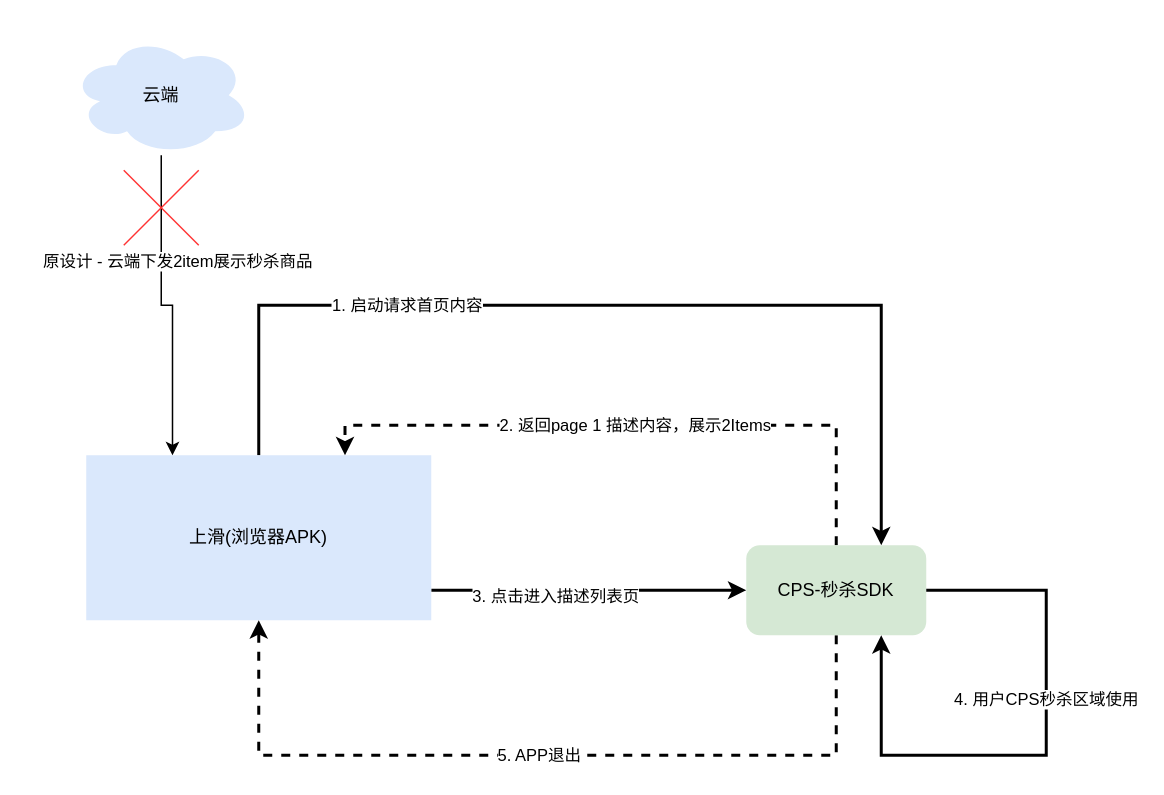
Above: page "CPS秒杀SDK" (1 of 16) of universal-engine/CPS.drawio in karlchan-cn/drawio-repository (draw.io), before the change. Source tidied: cells renumbered, new cells numbered last; positions are measured from the earlier drawing's top-left corner, leaving out a move shared by most shapes. Both pictures are drawn from the tidied source at 150%, with x=0, y=0 at pixel (70, 34).
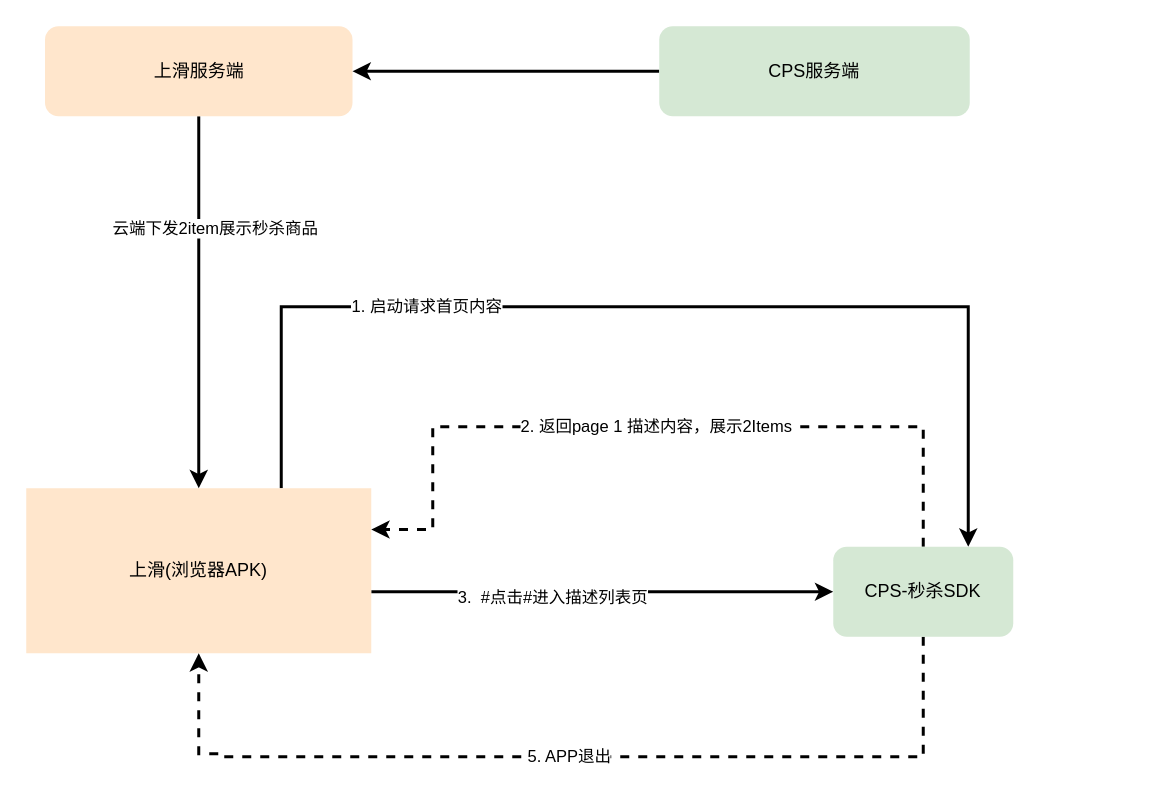
The same page after the edit.

What changed in the source:
```diff
@@
     <mxCell id="2" value="1. 启动请求首页内容" style="edgeStyle=orthogonalEdgeStyle;rounded=0;jettySize=auto;html=1;entryX=0.75;entryY=0;entryDx=0;entryDy=0;strokeWidth=2;" parent="1" edge="1" source="5" target="8">
       <mxGeometry x="-0.41" relative="1" as="geometry">
         <Array as="points">
-          <mxPoint x="125" y="180" />
-          <mxPoint x="540" y="180" />
+          <mxPoint x="140" y="181" />
+          <mxPoint x="598" y="181" />
         </Array>
       </mxGeometry>
     </mxCell>
     <mxCell id="3" style="edgeStyle=orthogonalEdgeStyle;rounded=0;jettySize=auto;html=1;entryX=0;entryY=0.5;entryDx=0;entryDy=0;strokeWidth=2;" parent="1" edge="1" source="5" target="8">
       <mxGeometry relative="1" as="geometry">
         <Array as="points">
-          <mxPoint x="290" y="370" />
-          <mxPoint x="290" y="370" />
+          <mxPoint x="348" y="371" />
+          <mxPoint x="348" y="371" />
         </Array>
       </mxGeometry>
     </mxCell>
-    <mxCell id="4" value="3. 点击进入描述列表页" style="edgeLabel;html=1;align=center;verticalAlign=middle;" parent="3" vertex="1">
+    <mxCell id="4" value="3.&amp;nbsp; #点击#进入描述列表页" style="edgeLabel;html=1;align=center;verticalAlign=middle;" parent="3" vertex="1">
       <mxGeometry x="-0.22" y="-3" relative="1" as="geometry" />
     </mxCell>
-    <mxCell id="5" value="上滑(浏览器APK)" style="rounded=0;whiteSpace=wrap;html=1;fillColor=#dae8fc;strokeColor=none;" parent="1" vertex="1">
-      <mxGeometry x="10" y="280" width="230" height="110" as="geometry" />
+    <mxCell id="5" value="上滑(浏览器APK)" style="rounded=0;whiteSpace=wrap;html=1;fillColor=#ffe6cc;strokeColor=none;" parent="1" vertex="1">
+      <mxGeometry x="-30" y="302" width="230" height="110" as="geometry" />
     </mxCell>
-    <mxCell id="6" value="2. 返回page 1 描述内容，展示2Items" style="edgeStyle=orthogonalEdgeStyle;rounded=0;jettySize=auto;html=1;entryX=0.75;entryY=0;entryDx=0;entryDy=0;dashed=1;exitX=0.5;exitY=0;exitDx=0;exitDy=0;strokeWidth=2;" parent="1" edge="1" source="8" target="5">
+    <mxCell id="6" value="2. 返回page 1 描述内容，展示2Items" style="edgeStyle=orthogonalEdgeStyle;rounded=0;jettySize=auto;html=1;entryX=1;entryY=0.25;entryDx=0;entryDy=0;dashed=1;exitX=0.5;exitY=0;exitDx=0;exitDy=0;strokeWidth=2;" parent="1" edge="1" source="8" target="5">
       <mxGeometry relative="1" as="geometry">
         <Array as="points">
-          <mxPoint x="510" y="260" />
-          <mxPoint x="183" y="260" />
+          <mxPoint x="568" y="261" />
+          <mxPoint x="241" y="261" />
+          <mxPoint x="241" y="330" />
         </Array>
       </mxGeometry>
     </mxCell>
-    <mxCell id="7" value="5. APP退出" style="edgeStyle=orthogonalEdgeStyle;rounded=0;jettySize=auto;html=1;entryX=0.5;entryY=1;entryDx=0;entryDy=0;strokeWidth=2;dashed=1;" parent="1" edge="1" source="8" target="5">
+    <mxCell id="7" value="5. APP退出" style="edgeStyle=orthogonalEdgeStyle;rounded=0;jettySize=auto;html=1;strokeWidth=2;dashed=1;entryX=0.5;entryY=1;entryDx=0;entryDy=0;" parent="1" edge="1" source="8" target="5">
       <mxGeometry relative="1" as="geometry">
         <Array as="points">
-          <mxPoint x="510" y="480" />
-          <mxPoint x="125" y="480" />
+          <mxPoint x="568" y="481" />
+          <mxPoint x="103" y="481" />
+          <mxPoint x="103" y="479" />
+          <mxPoint x="85" y="479" />
         </Array>
       </mxGeometry>
     </mxCell>
     <mxCell id="8" value="CPS-秒杀SDK" style="rounded=1;whiteSpace=wrap;html=1;fillColor=#d5e8d4;strokeColor=none;" parent="1" vertex="1">
-      <mxGeometry x="450" y="340" width="120" height="60" as="geometry" />
+      <mxGeometry x="508" y="341" width="120" height="60" as="geometry" />
     </mxCell>
-    <mxCell id="9" style="edgeStyle=orthogonalEdgeStyle;rounded=0;jettySize=auto;html=1;strokeWidth=2;" parent="1" edge="1" source="8">
-      <mxGeometry relative="1" as="geometry">
-        <mxPoint x="540" y="400" as="targetPoint" />
-        <Array as="points">
-          <mxPoint x="650" y="370" />
-          <mxPoint x="650" y="480" />
-          <mxPoint x="540" y="480" />
-          <mxPoint x="540" y="400" />
-        </Array>
-      </mxGeometry>
-    </mxCell>
-    <mxCell id="10" value="4. 用户CPS秒杀区域使用" style="edgeLabel;html=1;align=center;verticalAlign=middle;" parent="9" vertex="1">
-      <mxGeometry x="-0.45" y="-1" relative="1" as="geometry">
-        <mxPoint y="47" as="offset" />
-      </mxGeometry>
-    </mxCell>
-    <mxCell id="11" style="edgeStyle=orthogonalEdgeStyle;rounded=0;jettySize=auto;html=1;entryX=0.25;entryY=0;entryDx=0;entryDy=0;" parent="1" edge="1" source="13" target="5">
+    <mxCell id="11" style="edgeStyle=orthogonalEdgeStyle;rounded=0;jettySize=auto;html=1;entryX=0.5;entryY=0;entryDx=0;entryDy=0;exitX=0.5;exitY=1;exitDx=0;exitDy=0;strokeWidth=2;" parent="1" edge="1" source="16" target="5">
       <mxGeometry relative="1" as="geometry" />
     </mxCell>
-    <mxCell id="12" value="原设计 - 云端下发2item展示秒杀商品" style="edgeLabel;html=1;align=center;verticalAlign=middle;" parent="11" vertex="1">
+    <mxCell id="12" value="云端下发2item展示秒杀商品" style="edgeLabel;html=1;align=center;verticalAlign=middle;" parent="11" vertex="1">
       <mxGeometry x="-0.81" y="-2" relative="1" as="geometry">
         <mxPoint x="12" y="50" as="offset" />
       </mxGeometry>
     </mxCell>
-    <mxCell id="13" value="云端" style="ellipse;shape=cloud;whiteSpace=wrap;html=1;fillColor=#dae8fc;strokeColor=none;" parent="1" vertex="1">
-      <mxGeometry width="120" height="80" as="geometry" />
-    </mxCell>
-    <mxCell id="14" style="endArrow=none;html=1;rounded=0;strokeColor=#FF3333;" parent="1" edge="1">
-      <mxGeometry relative="1" as="geometry">
-        <mxPoint x="35" y="140" as="sourcePoint" />
-        <mxPoint x="85" y="90" as="targetPoint" />
-      </mxGeometry>
-    </mxCell>
-    <mxCell id="15" style="endArrow=none;html=1;rounded=0;strokeColor=#FF3333;" parent="1" edge="1">
-      <mxGeometry relative="1" as="geometry">
-        <mxPoint x="35" y="90" as="sourcePoint" />
-        <mxPoint x="85" y="140" as="targetPoint" />
-      </mxGeometry>
-    </mxCell>
+    <mxCell id="16" value="上滑服务端" style="rounded=1;whiteSpace=wrap;html=1;fillColor=#ffe6cc;strokeColor=none;" parent="1" vertex="1">
+      <mxGeometry x="-17.5" y="-6" width="205" height="60" as="geometry" />
+    </mxCell>
+    <mxCell id="17" style="edgeStyle=orthogonalEdgeStyle;rounded=0;jettySize=auto;html=1;strokeWidth=2;" parent="1" edge="1" source="18" target="16">
+      <mxGeometry relative="1" as="geometry" />
+    </mxCell>
+    <mxCell id="18" value="CPS服务端" style="rounded=1;whiteSpace=wrap;html=1;fillColor=#d5e8d4;strokeColor=none;" parent="1" vertex="1">
+      <mxGeometry x="392" y="-6" width="207" height="60" as="geometry" />
+    </mxCell>
```
